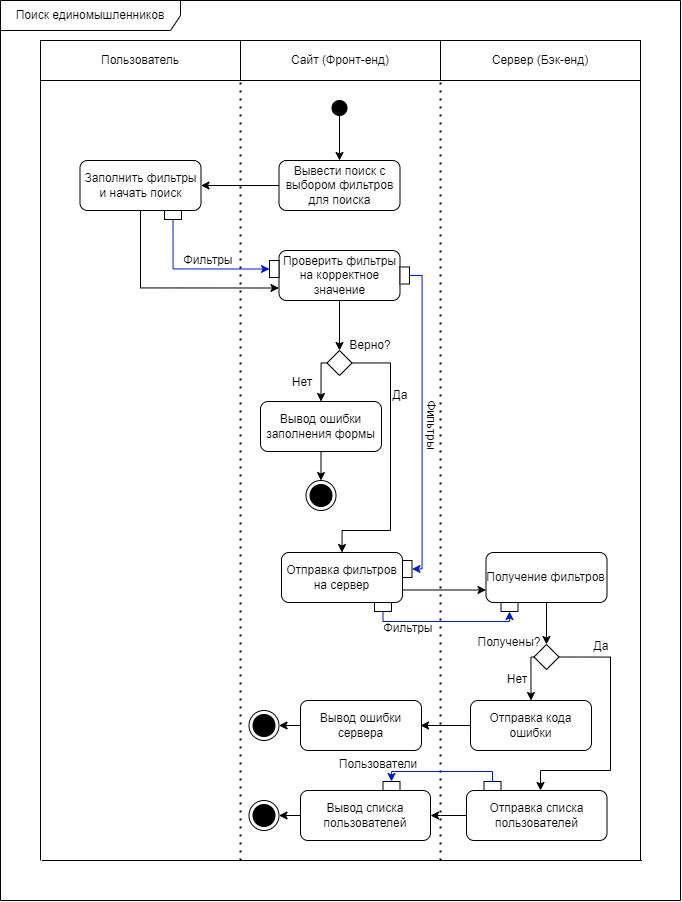
The draw.io diagram docs/activity_diagrams/поиск_единомышленников.png in AS2/habrolink, before a commit. Source tidied: cells renumbered, new cells last; positions are measured from the earlier drawing's top-left corner, leaving out a move shared by most shapes.
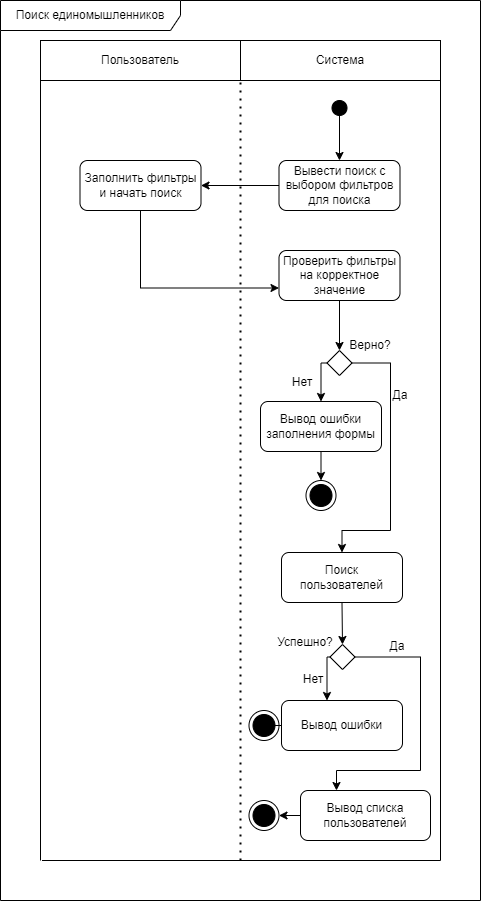
The same file after the commit.

Change to the diagram source:
```diff
@@ -8,12 +8,9 @@
     <mxCell id="3" value="Пользователь" style="text;html=1;strokeColor=default;fillColor=none;align=center;verticalAlign=middle;whiteSpace=wrap;rounded=0;" parent="1" vertex="1">
       <mxGeometry x="40" y="40" width="200" height="40" as="geometry" />
     </mxCell>
-    <mxCell id="4" value="Сайт (Фронт-енд)" style="text;html=1;strokeColor=default;fillColor=none;align=center;verticalAlign=middle;whiteSpace=wrap;rounded=0;" parent="1" vertex="1">
+    <mxCell id="4" value="Система" style="text;html=1;strokeColor=default;fillColor=none;align=center;verticalAlign=middle;whiteSpace=wrap;rounded=0;" parent="1" vertex="1">
       <mxGeometry x="240" y="40" width="200" height="40" as="geometry" />
     </mxCell>
-    <mxCell id="5" value="Сервер (Бэк-енд)" style="text;html=1;strokeColor=default;fillColor=none;align=center;verticalAlign=middle;whiteSpace=wrap;rounded=0;" parent="1" vertex="1">
-      <mxGeometry x="440" y="40" width="200" height="40" as="geometry" />
-    </mxCell>
     <mxCell id="6" style="endArrow=classic;html=1;rounded=0;exitX=0.5;exitY=1;exitDx=0;exitDy=0;" parent="1" edge="1" source="2">
       <mxGeometry relative="1" as="geometry">
         <mxPoint x="339" y="160" as="targetPoint" />
@@ -37,8 +34,9 @@
     <mxCell id="12" style="endArrow=classic;html=1;rounded=0;exitX=0.5;exitY=1;exitDx=0;exitDy=0;entryX=0.5;entryY=0;entryDx=0;entryDy=0;" parent="1" edge="1" source="11" target="15">
       <mxGeometry relative="1" as="geometry" />
     </mxCell>
-    <mxCell id="13" style="edgeStyle=orthogonalEdgeStyle;rounded=0;jettySize=auto;html=1;exitX=1;exitY=0.5;exitDx=0;exitDy=0;entryX=0.5;entryY=0;entryDx=0;entryDy=0;" parent="1" edge="1" source="15" target="23">
+    <mxCell id="13" style="edgeStyle=orthogonalEdgeStyle;rounded=0;jettySize=auto;html=1;exitX=1;exitY=0.5;exitDx=0;exitDy=0;entryX=0.5;entryY=0;entryDx=0;entryDy=0;" parent="1" edge="1" source="15">
       <mxGeometry relative="1" as="geometry">
+        <mxPoint x="341.5" y="552" as="targetPoint" />
         <Array as="points">
           <mxPoint x="390" y="363" />
           <mxPoint x="390" y="530" />
@@ -69,51 +67,40 @@
         <mxPoint x="240" y="860" as="sourcePoint" />
       </mxGeometry>
     </mxCell>
-    <mxCell id="21" style="endArrow=none;dashed=1;html=1;dashPattern=1 3;strokeWidth=2;rounded=0;entryX=0;entryY=1;entryDx=0;entryDy=0;" parent="1" edge="1">
-      <mxGeometry relative="1" as="geometry">
-        <mxPoint x="440" y="860" as="sourcePoint" />
-        <mxPoint x="440" y="80" as="targetPoint" />
-      </mxGeometry>
-    </mxCell>
     <mxCell id="22" style="endArrow=none;html=1;rounded=0;entryX=0;entryY=1;entryDx=0;entryDy=0;" parent="1" edge="1" target="3">
       <mxGeometry relative="1" as="geometry">
         <mxPoint x="40" y="860" as="sourcePoint" />
       </mxGeometry>
     </mxCell>
-    <mxCell id="23" value="Отправка фильтров на сервер" style="text;html=1;strokeColor=default;fillColor=none;align=center;verticalAlign=middle;whiteSpace=wrap;rounded=1;" parent="1" vertex="1">
-      <mxGeometry x="281" y="552" width="121" height="50" as="geometry" />
-    </mxCell>
-    <mxCell id="24" style="endArrow=classic;html=1;rounded=0;exitX=1;exitY=0.75;exitDx=0;exitDy=0;entryX=0;entryY=0.75;entryDx=0;entryDy=0;" parent="1" edge="1" source="23" target="25">
-      <mxGeometry relative="1" as="geometry" />
-    </mxCell>
-    <mxCell id="25" value="Получение фильтров" style="text;html=1;strokeColor=default;fillColor=none;align=center;verticalAlign=middle;whiteSpace=wrap;rounded=1;" parent="1" vertex="1">
-      <mxGeometry x="485.5" y="552" width="121" height="50" as="geometry" />
+    <mxCell id="25" value="Поиск пользователей" style="text;html=1;strokeColor=default;fillColor=none;align=center;verticalAlign=middle;whiteSpace=wrap;rounded=1;" parent="1" vertex="1">
+      <mxGeometry x="281" y="552" width="121" height="50" as="geometry" />
     </mxCell>
     <mxCell id="26" style="endArrow=classic;html=1;rounded=0;exitX=0.5;exitY=1;exitDx=0;exitDy=0;entryX=0.5;entryY=0;entryDx=0;entryDy=0;" parent="1" edge="1" source="25" target="29">
       <mxGeometry relative="1" as="geometry" />
     </mxCell>
     <mxCell id="27" style="edgeStyle=orthogonalEdgeStyle;rounded=0;jettySize=auto;html=1;exitX=1;exitY=0.5;exitDx=0;exitDy=0;entryX=0.5;entryY=0;entryDx=0;entryDy=0;" parent="1" edge="1" source="29">
       <mxGeometry relative="1" as="geometry">
-        <mxPoint x="540" y="790" as="targetPoint" />
+        <mxPoint x="336" y="790" as="targetPoint" />
         <Array as="points">
-          <mxPoint x="610" y="657" />
-          <mxPoint x="610" y="770" />
-          <mxPoint x="540" y="770" />
+          <mxPoint x="420" y="657" />
+          <mxPoint x="420" y="770" />
+          <mxPoint x="336" y="770" />
         </Array>
       </mxGeometry>
     </mxCell>
-    <mxCell id="28" style="edgeStyle=orthogonalEdgeStyle;rounded=0;jettySize=auto;html=1;exitX=0;exitY=0.5;exitDx=0;exitDy=0;entryX=0.5;entryY=0;entryDx=0;entryDy=0;" parent="1" edge="1" source="29" target="34">
+    <mxCell id="28" style="edgeStyle=orthogonalEdgeStyle;rounded=0;jettySize=auto;html=1;exitX=0;exitY=0.5;exitDx=0;exitDy=0;entryX=0.5;entryY=0;entryDx=0;entryDy=0;" parent="1" edge="1" source="29">
       <mxGeometry relative="1" as="geometry">
+        <mxPoint x="326.5" y="700" as="targetPoint" />
         <Array as="points">
-          <mxPoint x="530" y="657" />
+          <mxPoint x="326" y="657" />
         </Array>
       </mxGeometry>
     </mxCell>
     <mxCell id="29" style="rhombus;whiteSpace=wrap;html=1;" parent="1" vertex="1">
-      <mxGeometry x="533.5" y="644" width="25" height="25" as="geometry" />
+      <mxGeometry x="329.5" y="644" width="25" height="25" as="geometry" />
     </mxCell>
-    <mxCell id="30" value="Получены?" style="text;html=1;strokeColor=none;fillColor=none;align=center;verticalAlign=middle;whiteSpace=wrap;rounded=0;" parent="1" vertex="1">
-      <mxGeometry x="479" y="629" width="60" height="25" as="geometry" />
+    <mxCell id="30" value="Успешно?" style="text;html=1;strokeColor=none;fillColor=none;align=center;verticalAlign=middle;whiteSpace=wrap;rounded=0;" parent="1" vertex="1">
+      <mxGeometry x="275" y="629" width="60" height="25" as="geometry" />
     </mxCell>
     <mxCell id="31" style="edgeStyle=orthogonalEdgeStyle;rounded=0;jettySize=auto;html=1;exitX=0;exitY=0.5;exitDx=0;exitDy=0;entryX=0.5;entryY=0;entryDx=0;entryDy=0;" parent="1" edge="1" source="15" target="32">
       <mxGeometry relative="1" as="geometry" />
@@ -122,52 +109,35 @@
       <mxGeometry x="260" y="401" width="121" height="50" as="geometry" />
     </mxCell>
     <mxCell id="33" value="Нет" style="text;html=1;strokeColor=none;fillColor=none;align=center;verticalAlign=middle;whiteSpace=wrap;rounded=0;" parent="1" vertex="1">
-      <mxGeometry x="487" y="664" width="60" height="30" as="geometry" />
+      <mxGeometry x="283" y="664" width="60" height="30" as="geometry" />
     </mxCell>
-    <mxCell id="34" value="Отправка кода ошибки" style="text;html=1;strokeColor=default;fillColor=none;align=center;verticalAlign=middle;whiteSpace=wrap;rounded=1;" parent="1" vertex="1">
-      <mxGeometry x="470" y="700" width="121" height="50" as="geometry" />
-    </mxCell>
     <mxCell id="35" style="endArrow=none;html=1;rounded=0;entryX=0;entryY=1;entryDx=0;entryDy=0;" parent="1" edge="1">
       <mxGeometry relative="1" as="geometry">
-        <mxPoint x="640" y="860" as="sourcePoint" />
-        <mxPoint x="640" y="80" as="targetPoint" />
+        <mxPoint x="440" y="860" as="sourcePoint" />
+        <mxPoint x="440" y="80" as="targetPoint" />
       </mxGeometry>
     </mxCell>
     <mxCell id="36" value="Да" style="text;html=1;strokeColor=none;fillColor=none;align=center;verticalAlign=middle;whiteSpace=wrap;rounded=0;" parent="1" vertex="1">
-      <mxGeometry x="571" y="631" width="60" height="30" as="geometry" />
+      <mxGeometry x="367" y="631" width="60" height="30" as="geometry" />
     </mxCell>
-    <mxCell id="37" style="endArrow=classic;html=1;rounded=0;exitX=0;exitY=0.5;exitDx=0;exitDy=0;" parent="1" edge="1" source="34">
-      <mxGeometry relative="1" as="geometry">
-        <mxPoint x="420" y="725" as="targetPoint" />
-      </mxGeometry>
-    </mxCell>
-    <mxCell id="38" style="edgeStyle=orthogonalEdgeStyle;rounded=0;jettySize=auto;html=1;exitX=0;exitY=0.5;exitDx=0;exitDy=0;entryX=1;entryY=0.5;entryDx=0;entryDy=0;" parent="1" edge="1" source="39" target="40">
-      <mxGeometry relative="1" as="geometry" />
+    <mxCell id="38" style="edgeStyle=orthogonalEdgeStyle;rounded=0;jettySize=auto;html=1;exitX=0;exitY=0.5;exitDx=0;exitDy=0;entryX=1;entryY=0.5;entryDx=0;entryDy=0;" parent="1" edge="1" source="39">
+      <mxGeometry relative="1" as="geometry">
+        <mxPoint x="259.5" y="725" as="targetPoint" />
+      </mxGeometry>
     </mxCell>
-    <mxCell id="39" value="Вывод ошибки сервера" style="text;html=1;strokeColor=default;fillColor=none;align=center;verticalAlign=middle;whiteSpace=wrap;rounded=1;" parent="1" vertex="1">
-      <mxGeometry x="300" y="700" width="121" height="50" as="geometry" />
+    <mxCell id="39" value="Вывод ошибки" style="text;html=1;strokeColor=default;fillColor=none;align=center;verticalAlign=middle;whiteSpace=wrap;rounded=1;" parent="1" vertex="1">
+      <mxGeometry x="281" y="700" width="121" height="50" as="geometry" />
     </mxCell>
     <mxCell id="40" style="ellipse;html=1;shape=endState;fillColor=strokeColor;" parent="1" vertex="1">
       <mxGeometry x="248.5" y="710" width="30" height="30" as="geometry" />
     </mxCell>
-    <mxCell id="41" style="edgeStyle=orthogonalEdgeStyle;rounded=0;jettySize=auto;html=1;exitX=0;exitY=0.5;exitDx=0;exitDy=0;entryX=1;entryY=0.5;entryDx=0;entryDy=0;" parent="1" edge="1" source="42" target="43">
-      <mxGeometry relative="1" as="geometry">
-        <Array as="points">
-          <mxPoint x="440" y="815" />
-          <mxPoint x="440" y="815" />
-        </Array>
-      </mxGeometry>
-    </mxCell>
-    <mxCell id="42" value="Отправка списка пользователей" style="text;html=1;strokeColor=default;fillColor=none;align=center;verticalAlign=middle;whiteSpace=wrap;rounded=1;" parent="1" vertex="1">
-      <mxGeometry x="466" y="790" width="140.5" height="50" as="geometry" />
-    </mxCell>
     <mxCell id="43" value="Вывод списка пользователей" style="text;html=1;strokeColor=default;fillColor=none;align=center;verticalAlign=middle;whiteSpace=wrap;rounded=1;" parent="1" vertex="1">
       <mxGeometry x="300" y="790" width="130" height="50" as="geometry" />
     </mxCell>
     <mxCell id="44" style="endArrow=none;html=1;rounded=0;" parent="1" edge="1">
       <mxGeometry relative="1" as="geometry">
         <mxPoint x="41.5" y="860" as="sourcePoint" />
-        <mxPoint x="641.5" y="860" as="targetPoint" />
+        <mxPoint x="440" y="860" as="targetPoint" />
       </mxGeometry>
     </mxCell>
     <mxCell id="45" style="ellipse;html=1;shape=endState;fillColor=strokeColor;" parent="1" vertex="1">
@@ -179,55 +149,7 @@
       </mxGeometry>
     </mxCell>
     <mxCell id="47" value="Поиск единомышленников" style="shape=umlFrame;whiteSpace=wrap;html=1;width=180;height=30;" parent="1" vertex="1">
-      <mxGeometry width="680" height="900" as="geometry" />
+      <mxGeometry width="480" height="900" as="geometry" />
     </mxCell>
-    <mxCell id="48" style="endArrow=classic;html=1;rounded=0;exitX=0.5;exitY=1;exitDx=0;exitDy=0;entryX=0;entryY=0.5;entryDx=0;entryDy=0;fillColor=#0050ef;strokeColor=#001DBC;edgeStyle=orthogonalEdgeStyle;" parent="1" edge="1" source="56" target="49">
-      <mxGeometry relative="1" as="geometry" />
-    </mxCell>
-    <mxCell id="49" style="rounded=0;whiteSpace=wrap;html=1;rotation=0;" parent="1" vertex="1">
-      <mxGeometry x="269" y="260" width="9.5" height="17" as="geometry" />
-    </mxCell>
-    <mxCell id="50" value="Фильтры" style="text;html=1;strokeColor=none;fillColor=none;align=center;verticalAlign=middle;whiteSpace=wrap;rounded=0;" parent="1" vertex="1">
-      <mxGeometry x="178" y="245" width="60" height="30" as="geometry" />
-    </mxCell>
-    <mxCell id="51" style="rounded=0;whiteSpace=wrap;html=1;rotation=0;" parent="1" vertex="1">
-      <mxGeometry x="399.5" y="266.5" width="9.5" height="17" as="geometry" />
-    </mxCell>
-    <mxCell id="52" style="rounded=0;whiteSpace=wrap;html=1;rotation=0;" parent="1" vertex="1">
-      <mxGeometry x="402" y="560" width="9.5" height="17" as="geometry" />
-    </mxCell>
-    <mxCell id="53" style="endArrow=classic;html=1;rounded=0;exitX=1;exitY=0.5;exitDx=0;exitDy=0;entryX=1;entryY=0.5;entryDx=0;entryDy=0;fillColor=#0050ef;strokeColor=#001DBC;edgeStyle=orthogonalEdgeStyle;" parent="1" edge="1" source="51" target="52">
-      <mxGeometry relative="1" as="geometry" />
-    </mxCell>
-    <mxCell id="54" value="Фильтры" style="text;html=1;strokeColor=none;fillColor=none;align=center;verticalAlign=middle;whiteSpace=wrap;rounded=0;rotation=90;" parent="1" vertex="1">
-      <mxGeometry x="407" y="412" width="47" height="26" as="geometry" />
-    </mxCell>
-    <mxCell id="55" style="rounded=0;whiteSpace=wrap;html=1;rotation=0;" parent="1" vertex="1">
-      <mxGeometry x="374" y="602" width="17" height="9" as="geometry" />
-    </mxCell>
-    <mxCell id="56" style="rounded=0;whiteSpace=wrap;html=1;rotation=0;" parent="1" vertex="1">
-      <mxGeometry x="164" y="210" width="17" height="9" as="geometry" />
-    </mxCell>
-    <mxCell id="57" style="rounded=0;whiteSpace=wrap;html=1;rotation=0;" parent="1" vertex="1">
-      <mxGeometry x="500.5" y="602" width="17" height="9" as="geometry" />
-    </mxCell>
-    <mxCell id="58" style="endArrow=classic;html=1;rounded=0;exitX=0.5;exitY=1;exitDx=0;exitDy=0;entryX=0.5;entryY=1;entryDx=0;entryDy=0;fillColor=#0050ef;strokeColor=#001DBC;edgeStyle=orthogonalEdgeStyle;" parent="1" edge="1" source="55" target="57">
-      <mxGeometry relative="1" as="geometry" />
-    </mxCell>
-    <mxCell id="59" value="Фильтры" style="text;html=1;strokeColor=none;fillColor=none;align=center;verticalAlign=middle;whiteSpace=wrap;rounded=0;" parent="1" vertex="1">
-      <mxGeometry x="378" y="613" width="60" height="30" as="geometry" />
-    </mxCell>
-    <mxCell id="60" style="rounded=0;whiteSpace=wrap;html=1;rotation=0;" parent="1" vertex="1">
-      <mxGeometry x="483.5" y="781" width="17" height="9" as="geometry" />
-    </mxCell>
-    <mxCell id="61" style="rounded=0;whiteSpace=wrap;html=1;rotation=0;" parent="1" vertex="1">
-      <mxGeometry x="382.5" y="781" width="17" height="9" as="geometry" />
-    </mxCell>
-    <mxCell id="62" style="endArrow=classic;html=1;rounded=0;exitX=0.5;exitY=0;exitDx=0;exitDy=0;entryX=0.5;entryY=0;entryDx=0;entryDy=0;fillColor=#0050ef;strokeColor=#001DBC;edgeStyle=orthogonalEdgeStyle;" parent="1" edge="1" source="60" target="61">
-      <mxGeometry relative="1" as="geometry" />
-    </mxCell>
-    <mxCell id="63" value="Пользователи" style="text;html=1;strokeColor=none;fillColor=none;align=center;verticalAlign=middle;whiteSpace=wrap;rounded=0;" parent="1" vertex="1">
-      <mxGeometry x="348" y="749" width="60" height="30" as="geometry" />
-    </mxCell>
   </root>
 </mxGraphModel>
```
